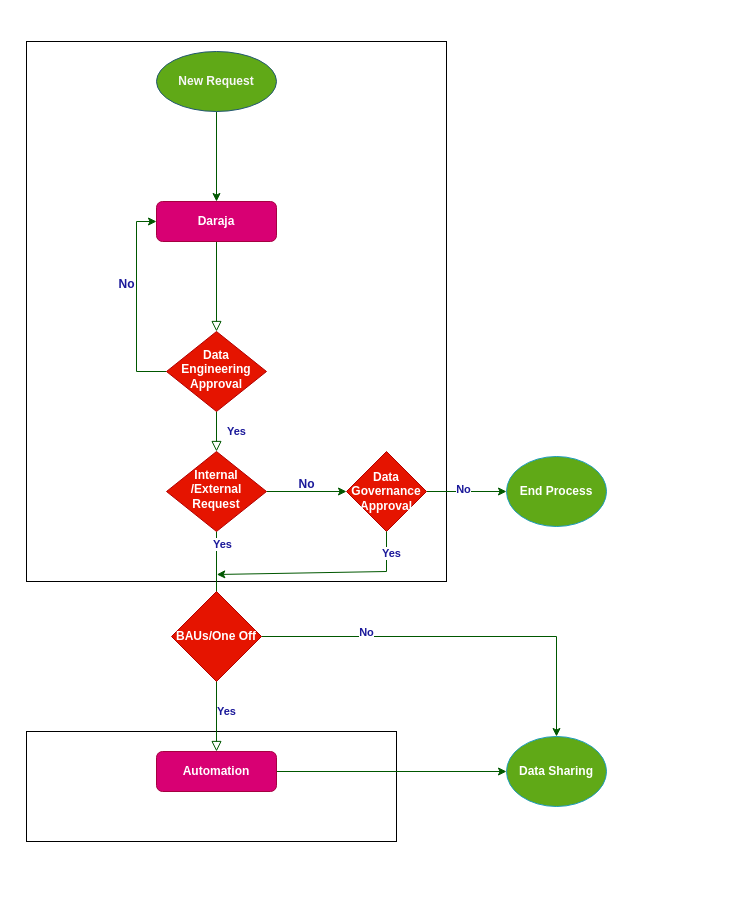
Before: Copy of New Request Process.drawio in Olson-Bytz/ITDiagrams, a draw.io diagram. Source tidied: cells renumbered, new cells numbered last; positions are measured from the earlier drawing's top-left corner, leaving out a move shared by most shapes. Both pictures are drawn from the tidied source at 100%, with x=0, y=0 at pixel (26, 41). Pictures stored in the file or linked from it are replaced by grey dashed boxes.
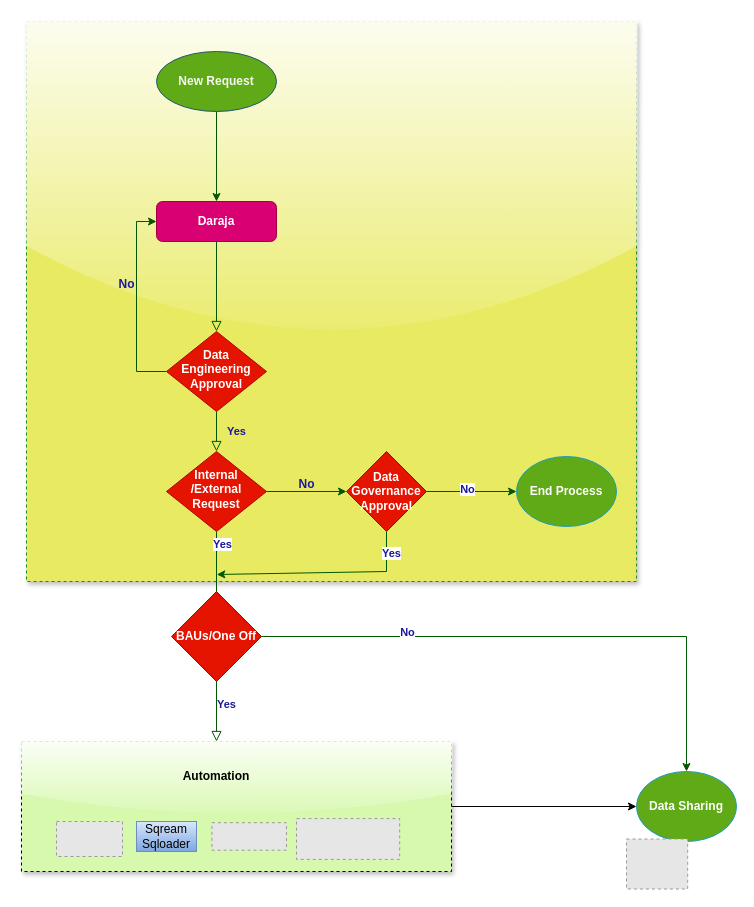
After the change.

Unchanged cells that the change refers to:
```xml
<mxCell id="12" value="Internal /External Request" style="rhombus;whiteSpace=wrap;html=1;shadow=0;fontFamily=Helvetica;fontSize=12;align=center;strokeWidth=1;spacing=6;spacingTop=-4;fillColor=#e51400;strokeColor=#B20000;fontStyle=1;fontColor=#ffffff;" parent="1" vertex="1">
  <mxGeometry x="140" y="410" width="100" height="80" as="geometry" />
</mxCell>
```

The edit, as a diff of the source:
```diff
@@
+    <mxCell id="30" style="edgeStyle=orthogonalEdgeStyle;rounded=0;jettySize=auto;html=1;entryX=0;entryY=0.5;entryDx=0;entryDy=0;" parent="1" edge="1" source="2" target="22">
+      <mxGeometry relative="1" as="geometry" />
+    </mxCell>
-    <mxCell id="2" style="rounded=0;whiteSpace=wrap;html=1;" parent="1" vertex="1">
-      <mxGeometry y="690" width="370" height="110" as="geometry" />
+    <mxCell id="2" style="rounded=0;whiteSpace=wrap;html=1;strokeColor=default;dashed=1;fillColor=#d7f9ae;glass=1;shadow=1;" parent="1" vertex="1">
+      <mxGeometry x="-5" y="700" width="430" height="130" as="geometry" />
     </mxCell>
-    <mxCell id="3" style="rounded=0;whiteSpace=wrap;html=1;" parent="1" vertex="1">
-      <mxGeometry width="420" height="540" as="geometry" />
+    <mxCell id="3" style="rounded=0;whiteSpace=wrap;html=1;dashed=1;strokeColor=#178c25;fillColor=#e8ea61;shadow=1;glass=1;" parent="1" vertex="1">
+      <mxGeometry y="-20" width="610" height="560" as="geometry" />
     </mxCell>
@@
-    <mxCell id="9" value="Yes" style="rounded=0;html=1;jettySize=auto;fontSize=11;endArrow=block;endFill=0;endSize=8;strokeWidth=1;shadow=0;labelBackgroundColor=none;edgeStyle=orthogonalEdgeStyle;fillColor=#008a00;strokeColor=#005700;fontColor=#1b199a;fontStyle=1;" parent="1" edge="1" source="12" target="14">
-      <mxGeometry x="0.64" y="10" relative="1" as="geometry" />
+    <mxCell id="9" value="Yes" style="rounded=0;html=1;jettySize=auto;fontSize=11;endArrow=block;endFill=0;endSize=8;strokeWidth=1;shadow=0;labelBackgroundColor=none;edgeStyle=orthogonalEdgeStyle;fillColor=#008a00;strokeColor=#005700;fontColor=#1b199a;fontStyle=1;" parent="1" edge="1" source="12">
+      <mxGeometry x="0.64" y="10" relative="1" as="geometry">
+        <mxPoint x="190" y="700" as="targetPoint" />
+      </mxGeometry>
     </mxCell>
@@
-    <mxCell id="13" style="edgeStyle=orthogonalEdgeStyle;rounded=0;jettySize=auto;html=1;fillColor=#008a00;strokeColor=#005700;entryX=0;entryY=0.5;entryDx=0;entryDy=0;" parent="1" edge="1" source="14" target="22">
-      <mxGeometry relative="1" as="geometry" />
-    </mxCell>
-    <mxCell id="14" value="Automation" style="rounded=1;whiteSpace=wrap;html=1;fontSize=12;glass=0;strokeWidth=1;shadow=0;fillColor=#d80073;strokeColor=#A50040;fontStyle=1;fontColor=#ffffff;" parent="1" vertex="1">
-      <mxGeometry x="130" y="710" width="120" height="40" as="geometry" />
-    </mxCell>
@@
     <mxCell id="22" value="Data Sharing" style="ellipse;whiteSpace=wrap;html=1;fillColor=#60a917;fontColor=#ffffff;strokeColor=#1b9bbb;fontStyle=1;" parent="1" vertex="1">
-      <mxGeometry x="480" y="695" width="100" height="70" as="geometry" />
+      <mxGeometry x="610" y="730" width="100" height="70" as="geometry" />
     </mxCell>
@@
     <mxCell id="29" value="End Process" style="ellipse;whiteSpace=wrap;html=1;fillColor=#60a917;fontColor=#ffffff;strokeColor=#1b9bbb;fontStyle=1;" parent="1" vertex="1">
-      <mxGeometry x="480" y="415" width="100" height="70" as="geometry" />
+      <mxGeometry x="490" y="415" width="100" height="70" as="geometry" />
     </mxCell>
+    <mxCell id="31" style="fillColor=#E6E6E6;strokeColor=#999999;dashed=1;verticalLabelPosition=bottom;labelBackgroundColor=default;verticalAlign=top;" parent="1" vertex="1">
+      <mxGeometry x="600" y="797.5" width="61.2" height="50" as="geometry" />
+    </mxCell>
+    <mxCell id="32" value="Sqream Sqloader" style="text;strokeColor=#6c8ebf;align=center;fillColor=#dae8fc;html=1;verticalAlign=middle;whiteSpace=wrap;rounded=0;gradientColor=#7ea6e0;" parent="1" vertex="1">
+      <mxGeometry x="110" y="780" width="60" height="30" as="geometry" />
+    </mxCell>
+    <mxCell id="33" style="fillColor=#E6E6E6;strokeColor=#999999;dashed=1;verticalLabelPosition=bottom;labelBackgroundColor=default;verticalAlign=top;" parent="1" vertex="1">
+      <mxGeometry x="30" y="780" width="66" height="35" as="geometry" />
+    </mxCell>
+    <mxCell id="34" style="fillColor=#E6E6E6;strokeColor=#999999;dashed=1;verticalLabelPosition=bottom;labelBackgroundColor=default;verticalAlign=top;" parent="1" vertex="1">
+      <mxGeometry x="270" y="777.1" width="103.2" height="40.8" as="geometry" />
+    </mxCell>
+    <mxCell id="35" style="fillColor=#E6E6E6;strokeColor=#999999;dashed=1;verticalLabelPosition=bottom;labelBackgroundColor=default;verticalAlign=top;" parent="1" vertex="1">
+      <mxGeometry x="185.4" y="781.2" width="74.6" height="27.5" as="geometry" />
+    </mxCell>
+    <mxCell id="14" value="Automation" style="text;html=1;align=center;verticalAlign=middle;whiteSpace=wrap;rounded=0;fontStyle=1;" parent="1" vertex="1">
+      <mxGeometry x="140" y="720" width="100" height="30" as="geometry" />
+    </mxCell>
```
